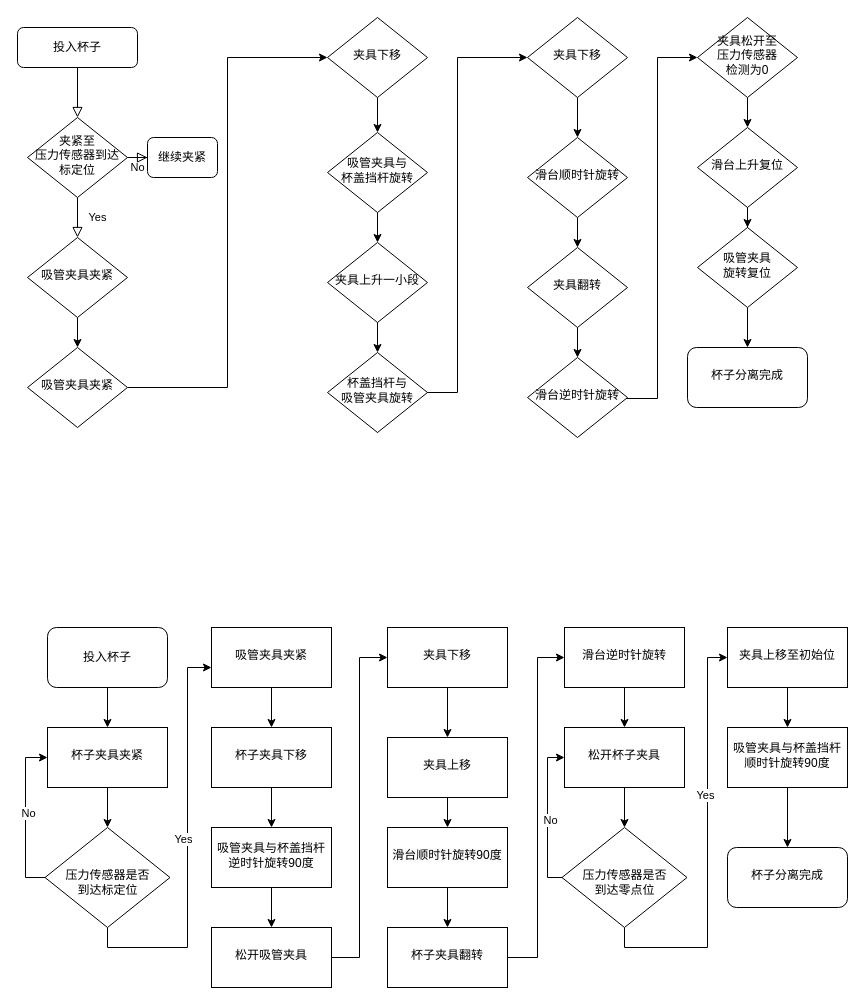
Above: 新方案流程图.drawio in x1528045870/x1528045870 (draw.io), before the change. Source tidied: cells renumbered, new cells numbered last; positions are measured from the earlier drawing's top-left corner, leaving out a move shared by most shapes. Both pictures are drawn from the tidied source at 100%, with x=0, y=0 at pixel (17, 17).
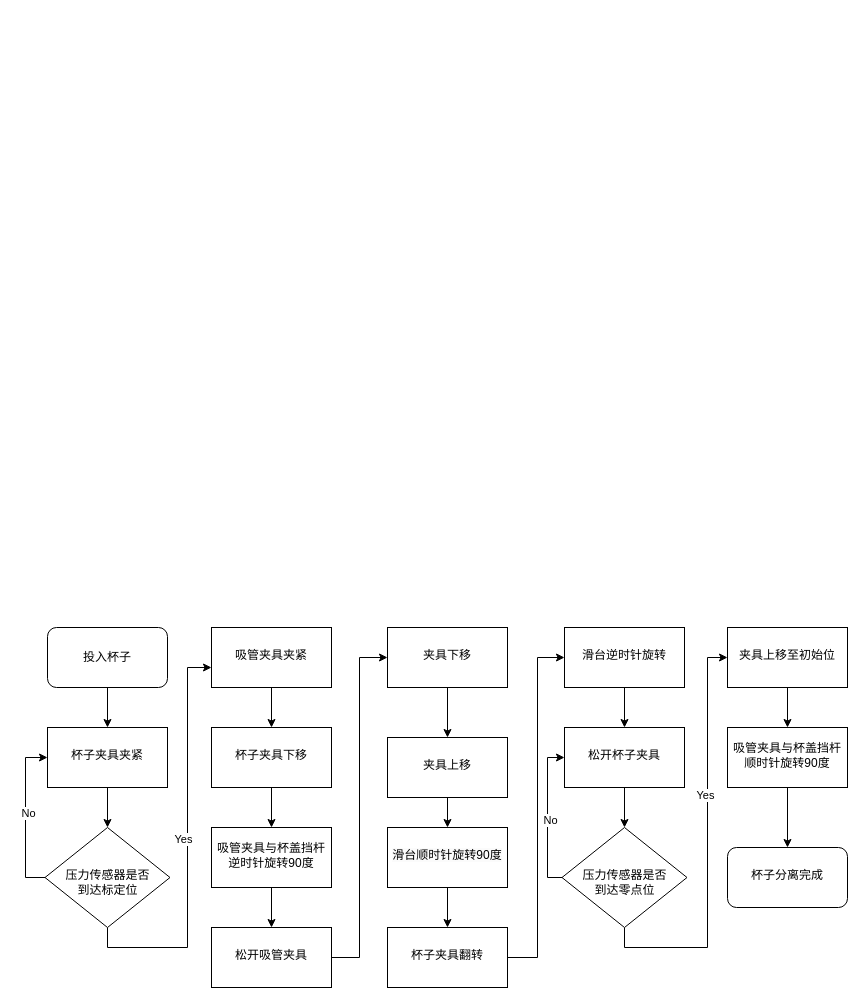
The same diagram, later.

Commit message (it also covers changes not shown here):
更新新方案流程图.drawio

What changed in the source:
```diff
@@
-    <mxCell id="2" style="rounded=0;html=1;jettySize=auto;fontSize=11;endArrow=block;endFill=0;endSize=8;strokeWidth=1;shadow=0;labelBackgroundColor=none;edgeStyle=orthogonalEdgeStyle;" parent="1" edge="1" source="3" target="6">
-      <mxGeometry relative="1" as="geometry" />
-    </mxCell>
-    <mxCell id="3" value="投入杯子" style="rounded=1;whiteSpace=wrap;html=1;fontSize=12;glass=0;strokeWidth=1;shadow=0;" parent="1" vertex="1">
-      <mxGeometry y="10" width="120" height="40" as="geometry" />
-    </mxCell>
-    <mxCell id="4" value="Yes" style="rounded=0;html=1;jettySize=auto;fontSize=11;endArrow=block;endFill=0;endSize=8;strokeWidth=1;shadow=0;labelBackgroundColor=none;edgeStyle=orthogonalEdgeStyle;" parent="1" edge="1" source="6" target="9">
-      <mxGeometry y="20" relative="1" as="geometry" />
-    </mxCell>
-    <mxCell id="5" value="No" style="edgeStyle=orthogonalEdgeStyle;rounded=0;html=1;jettySize=auto;fontSize=11;endArrow=block;endFill=0;endSize=8;strokeWidth=1;shadow=0;labelBackgroundColor=none;" parent="1" edge="1" source="6" target="7">
-      <mxGeometry y="10" relative="1" as="geometry" />
-    </mxCell>
-    <mxCell id="6" value="&lt;font style=&quot;font-size: 12px;&quot;&gt;夹紧至&lt;br&gt;压力传感器到达标定位&lt;/font&gt;" style="rhombus;whiteSpace=wrap;html=1;shadow=0;fontFamily=Helvetica;fontSize=12;align=center;strokeWidth=1;spacing=6;spacingTop=-4;" parent="1" vertex="1">
-      <mxGeometry x="10" y="100" width="100" height="80" as="geometry" />
-    </mxCell>
-    <mxCell id="7" value="继续夹紧" style="rounded=1;whiteSpace=wrap;html=1;fontSize=12;glass=0;strokeWidth=1;shadow=0;" parent="1" vertex="1">
-      <mxGeometry x="130" y="120" width="70" height="40" as="geometry" />
-    </mxCell>
-    <mxCell id="8" style="edgeStyle=orthogonalEdgeStyle;rounded=0;jettySize=auto;html=1;" parent="1" edge="1" source="9" target="11">
-      <mxGeometry relative="1" as="geometry" />
-    </mxCell>
-    <mxCell id="9" value="吸管夹具夹紧" style="rhombus;whiteSpace=wrap;html=1;shadow=0;fontFamily=Helvetica;fontSize=12;align=center;strokeWidth=1;spacing=6;spacingTop=-4;" parent="1" vertex="1">
-      <mxGeometry x="10" y="220" width="100" height="80" as="geometry" />
-    </mxCell>
-    <mxCell id="10" style="edgeStyle=orthogonalEdgeStyle;rounded=0;jettySize=auto;html=1;" parent="1" edge="1" source="11" target="13">
-      <mxGeometry relative="1" as="geometry">
-        <Array as="points">
-          <mxPoint x="210" y="370" />
-          <mxPoint x="210" y="40" />
-        </Array>
-      </mxGeometry>
-    </mxCell>
-    <mxCell id="11" value="吸管夹具夹紧" style="rhombus;whiteSpace=wrap;html=1;shadow=0;fontFamily=Helvetica;fontSize=12;align=center;strokeWidth=1;spacing=6;spacingTop=-4;" parent="1" vertex="1">
-      <mxGeometry x="10" y="330" width="100" height="80" as="geometry" />
-    </mxCell>
-    <mxCell id="12" style="edgeStyle=orthogonalEdgeStyle;rounded=0;jettySize=auto;html=1;" parent="1" edge="1" source="13" target="15">
-      <mxGeometry relative="1" as="geometry" />
-    </mxCell>
-    <mxCell id="13" value="夹具下移" style="rhombus;whiteSpace=wrap;html=1;shadow=0;fontFamily=Helvetica;fontSize=12;align=center;strokeWidth=1;spacing=6;spacingTop=-4;" parent="1" vertex="1">
-      <mxGeometry x="310" width="100" height="80" as="geometry" />
-    </mxCell>
-    <mxCell id="14" style="edgeStyle=orthogonalEdgeStyle;rounded=0;jettySize=auto;html=1;" parent="1" edge="1" source="15" target="17">
-      <mxGeometry relative="1" as="geometry" />
-    </mxCell>
-    <mxCell id="15" value="吸管夹具与&lt;br&gt;杯盖挡杆旋转" style="rhombus;whiteSpace=wrap;html=1;shadow=0;fontFamily=Helvetica;fontSize=12;align=center;strokeWidth=1;spacing=6;spacingTop=-4;" parent="1" vertex="1">
-      <mxGeometry x="310" y="115" width="100" height="80" as="geometry" />
-    </mxCell>
-    <mxCell id="16" style="edgeStyle=orthogonalEdgeStyle;rounded=0;jettySize=auto;html=1;" parent="1" edge="1" source="17" target="19">
-      <mxGeometry relative="1" as="geometry" />
-    </mxCell>
-    <mxCell id="17" value="夹具上升一小段" style="rhombus;whiteSpace=wrap;html=1;shadow=0;fontFamily=Helvetica;fontSize=12;align=center;strokeWidth=1;spacing=6;spacingTop=-4;" parent="1" vertex="1">
-      <mxGeometry x="310" y="225" width="100" height="80" as="geometry" />
-    </mxCell>
-    <mxCell id="18" style="edgeStyle=orthogonalEdgeStyle;rounded=0;jettySize=auto;html=1;exitX=0.5;exitY=1;exitDx=0;exitDy=0;" parent="1" edge="1" source="19" target="21">
-      <mxGeometry relative="1" as="geometry">
-        <Array as="points">
-          <mxPoint x="360" y="375" />
-          <mxPoint x="440" y="375" />
-          <mxPoint x="440" y="40" />
-        </Array>
-      </mxGeometry>
-    </mxCell>
-    <mxCell id="19" value="杯盖挡杆与&lt;br&gt;吸管夹具旋转" style="rhombus;whiteSpace=wrap;html=1;shadow=0;fontFamily=Helvetica;fontSize=12;align=center;strokeWidth=1;spacing=6;spacingTop=-4;" parent="1" vertex="1">
-      <mxGeometry x="310" y="335" width="100" height="80" as="geometry" />
-    </mxCell>
-    <mxCell id="20" style="edgeStyle=orthogonalEdgeStyle;rounded=0;jettySize=auto;html=1;" parent="1" edge="1" source="21" target="23">
-      <mxGeometry relative="1" as="geometry" />
-    </mxCell>
-    <mxCell id="21" value="夹具下移" style="rhombus;whiteSpace=wrap;html=1;shadow=0;fontFamily=Helvetica;fontSize=12;align=center;strokeWidth=1;spacing=6;spacingTop=-4;" parent="1" vertex="1">
-      <mxGeometry x="510" width="100" height="80" as="geometry" />
-    </mxCell>
-    <mxCell id="22" style="edgeStyle=orthogonalEdgeStyle;rounded=0;jettySize=auto;html=1;" parent="1" edge="1" source="23" target="25">
-      <mxGeometry relative="1" as="geometry" />
-    </mxCell>
-    <mxCell id="23" value="滑台顺时针旋转" style="rhombus;whiteSpace=wrap;html=1;shadow=0;fontFamily=Helvetica;fontSize=12;align=center;strokeWidth=1;spacing=6;spacingTop=-4;" parent="1" vertex="1">
-      <mxGeometry x="510" y="120" width="100" height="80" as="geometry" />
-    </mxCell>
-    <mxCell id="24" style="edgeStyle=orthogonalEdgeStyle;rounded=0;jettySize=auto;html=1;" parent="1" edge="1" source="25" target="27">
-      <mxGeometry relative="1" as="geometry" />
-    </mxCell>
-    <mxCell id="25" value="夹具翻转" style="rhombus;whiteSpace=wrap;html=1;shadow=0;fontFamily=Helvetica;fontSize=12;align=center;strokeWidth=1;spacing=6;spacingTop=-4;" parent="1" vertex="1">
-      <mxGeometry x="510" y="230" width="100" height="80" as="geometry" />
-    </mxCell>
-    <mxCell id="26" style="edgeStyle=orthogonalEdgeStyle;rounded=0;jettySize=auto;html=1;entryX=0;entryY=0.5;entryDx=0;entryDy=0;" parent="1" edge="1" target="29">
-      <mxGeometry relative="1" as="geometry">
-        <mxPoint x="550" y="380" as="sourcePoint" />
-        <Array as="points">
-          <mxPoint x="640" y="381" />
-          <mxPoint x="640" y="40" />
-        </Array>
-      </mxGeometry>
-    </mxCell>
-    <mxCell id="27" value="滑台逆时针旋转" style="rhombus;whiteSpace=wrap;html=1;shadow=0;fontFamily=Helvetica;fontSize=12;align=center;strokeWidth=1;spacing=6;spacingTop=-4;" parent="1" vertex="1">
-      <mxGeometry x="510" y="340" width="100" height="80" as="geometry" />
-    </mxCell>
-    <mxCell id="28" style="edgeStyle=orthogonalEdgeStyle;rounded=0;jettySize=auto;html=1;" parent="1" edge="1" source="29" target="31">
-      <mxGeometry relative="1" as="geometry" />
-    </mxCell>
-    <mxCell id="29" value="夹具松开至&lt;br&gt;压力传感器&lt;br&gt;检测为0" style="rhombus;whiteSpace=wrap;html=1;shadow=0;fontFamily=Helvetica;fontSize=12;align=center;strokeWidth=1;spacing=6;spacingTop=-4;" parent="1" vertex="1">
-      <mxGeometry x="680" width="100" height="80" as="geometry" />
-    </mxCell>
-    <mxCell id="30" style="edgeStyle=orthogonalEdgeStyle;rounded=0;jettySize=auto;html=1;" parent="1" edge="1" source="31" target="33">
-      <mxGeometry relative="1" as="geometry" />
-    </mxCell>
-    <mxCell id="31" value="滑台上升复位" style="rhombus;whiteSpace=wrap;html=1;shadow=0;fontFamily=Helvetica;fontSize=12;align=center;strokeWidth=1;spacing=6;spacingTop=-4;" parent="1" vertex="1">
-      <mxGeometry x="680" y="110" width="100" height="80" as="geometry" />
-    </mxCell>
-    <mxCell id="32" style="edgeStyle=orthogonalEdgeStyle;rounded=0;jettySize=auto;html=1;" parent="1" edge="1" source="33" target="34">
-      <mxGeometry relative="1" as="geometry" />
-    </mxCell>
-    <mxCell id="33" value="吸管夹具&lt;br&gt;旋转复位" style="rhombus;whiteSpace=wrap;html=1;shadow=0;fontFamily=Helvetica;fontSize=12;align=center;strokeWidth=1;spacing=6;spacingTop=-4;" parent="1" vertex="1">
-      <mxGeometry x="680" y="210" width="100" height="80" as="geometry" />
-    </mxCell>
-    <mxCell id="34" value="杯子分离完成" style="rounded=1;whiteSpace=wrap;html=1;shadow=0;strokeWidth=1;spacing=6;spacingTop=-4;" parent="1" vertex="1">
-      <mxGeometry x="670" y="330" width="120" height="60" as="geometry" />
-    </mxCell>
```
